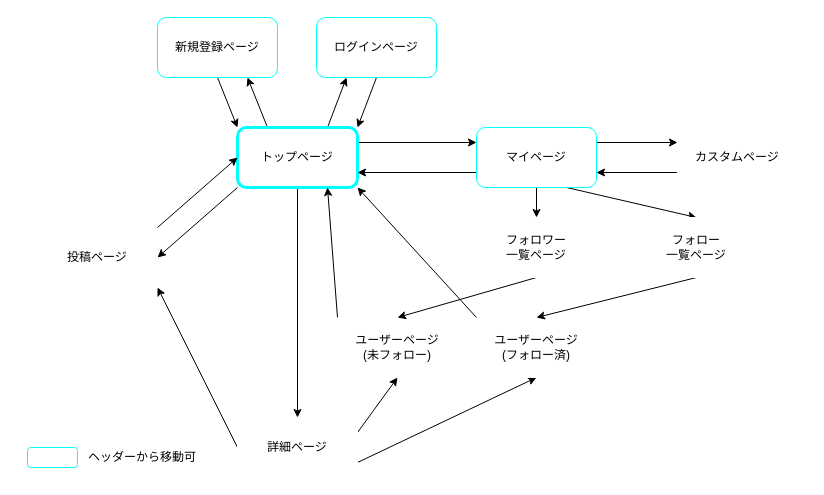
This is 画面遷移図.dio from IseUtoshi/YURUBO, a draw.io file, before an edit. Source tidied: cells renumbered, new cells numbered last; positions are measured from the earlier drawing's top-left corner, leaving out a move shared by most shapes. Both pictures are drawn from the tidied source at 100%, with x=0, y=0 at pixel (17, 17).
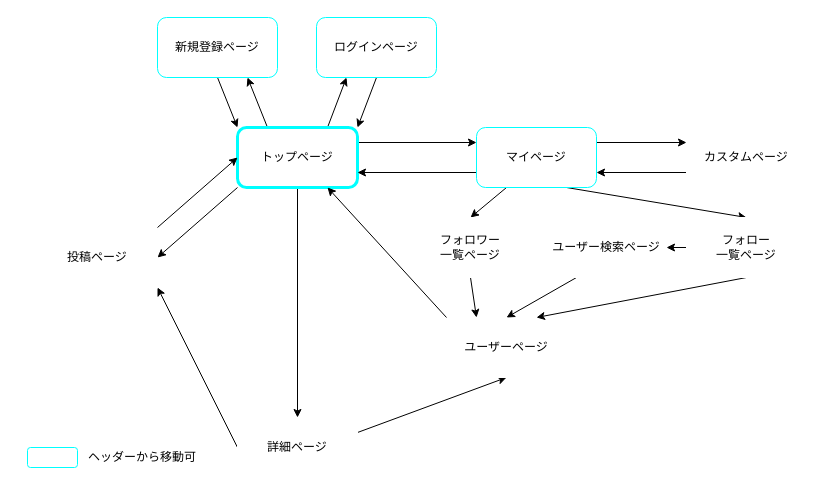
After the change.

Unchanged cells that the change refers to:
```xml
<mxCell id="7" value="トップページ" style="rounded=1;whiteSpace=wrap;html=1;strokeWidth=3;strokeColor=#00FFFF;" parent="1" vertex="1">
  <mxGeometry x="220" y="110" width="120" height="60" as="geometry" />
</mxCell>
<mxCell id="16" value="マイページ" style="rounded=1;whiteSpace=wrap;html=1;strokeColor=#00FFFF;strokeWidth=1;" parent="1" vertex="1">
  <mxGeometry x="459" y="110" width="120" height="60" as="geometry" />
</mxCell>
<mxCell id="20" value="詳細ページ" style="rounded=1;whiteSpace=wrap;html=1;strokeColor=#FFFFFF;strokeWidth=1;" parent="1" vertex="1">
  <mxGeometry x="220" y="400" width="120" height="60" as="geometry" />
</mxCell>
```

Change to the diagram source:
```diff
@@
-    <mxCell id="15" style="edgeStyle=none;html=1;exitX=0.5;exitY=1;exitDx=0;exitDy=0;entryX=0.5;entryY=0;entryDx=0;entryDy=0;" parent="1" edge="1" source="16" target="32">
-      <mxGeometry relative="1" as="geometry" />
-    </mxCell>
+    <mxCell id="37" style="edgeStyle=none;html=1;exitX=0.25;exitY=1;exitDx=0;exitDy=0;entryX=0.5;entryY=0;entryDx=0;entryDy=0;" parent="1" edge="1" source="16" target="40">
+      <mxGeometry relative="1" as="geometry" />
+    </mxCell>
@@
-    <mxCell id="18" style="edgeStyle=none;html=1;exitX=1;exitY=0.75;exitDx=0;exitDy=0;entryX=0.5;entryY=1;entryDx=0;entryDy=0;" parent="1" edge="1" source="20" target="24">
-      <mxGeometry relative="1" as="geometry" />
-    </mxCell>
@@
-    <mxCell id="23" style="edgeStyle=none;html=1;exitX=0;exitY=0;exitDx=0;exitDy=0;entryX=1;entryY=1;entryDx=0;entryDy=0;" parent="1" edge="1" source="24" target="7">
-      <mxGeometry relative="1" as="geometry" />
-    </mxCell>
-    <mxCell id="24" value="ユーザーページ&lt;br&gt;(フォロー済)" style="rounded=1;whiteSpace=wrap;html=1;strokeColor=#FFFFFF;strokeWidth=1;" parent="1" vertex="1">
-      <mxGeometry x="459" y="300" width="120" height="60" as="geometry" />
-    </mxCell>
@@
-    <mxCell id="26" value="ユーザーページ&lt;br&gt;(未フォロー)" style="rounded=1;whiteSpace=wrap;html=1;strokeColor=#FFFFFF;strokeWidth=1;" parent="1" vertex="1">
-      <mxGeometry x="320" y="300" width="120" height="60" as="geometry" />
+    <mxCell id="26" value="ユーザーページ" style="rounded=1;whiteSpace=wrap;html=1;strokeColor=#FFFFFF;strokeWidth=1;" parent="1" vertex="1">
+      <mxGeometry x="429" y="300" width="120" height="60" as="geometry" />
     </mxCell>
@@
     <mxCell id="28" value="カスタムページ" style="rounded=1;whiteSpace=wrap;html=1;strokeColor=#FFFFFF;strokeWidth=1;" parent="1" vertex="1">
-      <mxGeometry x="660" y="110" width="120" height="60" as="geometry" />
+      <mxGeometry x="669" y="110" width="120" height="60" as="geometry" />
     </mxCell>
-    <mxCell id="29" style="edgeStyle=none;html=1;exitX=0.5;exitY=1;exitDx=0;exitDy=0;entryX=0.5;entryY=0;entryDx=0;entryDy=0;" parent="1" edge="1" source="30" target="24">
+    <mxCell id="29" style="edgeStyle=none;html=1;exitX=0.5;exitY=1;exitDx=0;exitDy=0;entryX=0.75;entryY=0;entryDx=0;entryDy=0;" parent="1" edge="1" source="30" target="26">
       <mxGeometry relative="1" as="geometry" />
     </mxCell>
+    <mxCell id="38" style="edgeStyle=none;html=1;exitX=0;exitY=0.5;exitDx=0;exitDy=0;entryX=1;entryY=0.5;entryDx=0;entryDy=0;" parent="1" edge="1" source="30" target="32">
+      <mxGeometry relative="1" as="geometry" />
+    </mxCell>
     <mxCell id="30" value="フォロー&lt;br&gt;一覧ページ" style="rounded=1;whiteSpace=wrap;html=1;strokeColor=#FFFFFF;strokeWidth=1;" parent="1" vertex="1">
-      <mxGeometry x="619" y="200" width="120" height="60" as="geometry" />
+      <mxGeometry x="669" y="200" width="120" height="60" as="geometry" />
     </mxCell>
-    <mxCell id="31" style="edgeStyle=none;html=1;exitX=0.5;exitY=1;exitDx=0;exitDy=0;entryX=0.5;entryY=0;entryDx=0;entryDy=0;" parent="1" edge="1" source="32" target="26">
+    <mxCell id="31" style="edgeStyle=none;html=1;exitX=0.25;exitY=1;exitDx=0;exitDy=0;entryX=0.5;entryY=0;entryDx=0;entryDy=0;" parent="1" edge="1" source="32" target="26">
       <mxGeometry relative="1" as="geometry" />
     </mxCell>
-    <mxCell id="32" value="フォロワー&lt;br&gt;一覧ページ" style="rounded=1;whiteSpace=wrap;html=1;strokeColor=#FFFFFF;strokeWidth=1;" parent="1" vertex="1">
-      <mxGeometry x="459" y="200" width="120" height="60" as="geometry" />
+    <mxCell id="32" value="&lt;span&gt;ユーザー検索ページ&lt;/span&gt;" style="rounded=1;whiteSpace=wrap;html=1;strokeColor=#FFFFFF;strokeWidth=1;" parent="1" vertex="1">
+      <mxGeometry x="529" y="200" width="120" height="60" as="geometry" />
     </mxCell>
@@
+    <mxCell id="39" style="edgeStyle=none;html=1;exitX=0.5;exitY=1;exitDx=0;exitDy=0;entryX=0.25;entryY=0;entryDx=0;entryDy=0;" parent="1" edge="1" source="40" target="26">
+      <mxGeometry relative="1" as="geometry" />
+    </mxCell>
+    <mxCell id="40" value="フォロワー&lt;br&gt;一覧ページ" style="rounded=1;whiteSpace=wrap;html=1;strokeColor=#FFFFFF;strokeWidth=1;" parent="1" vertex="1">
+      <mxGeometry x="393" y="200" width="120" height="60" as="geometry" />
+    </mxCell>
```
